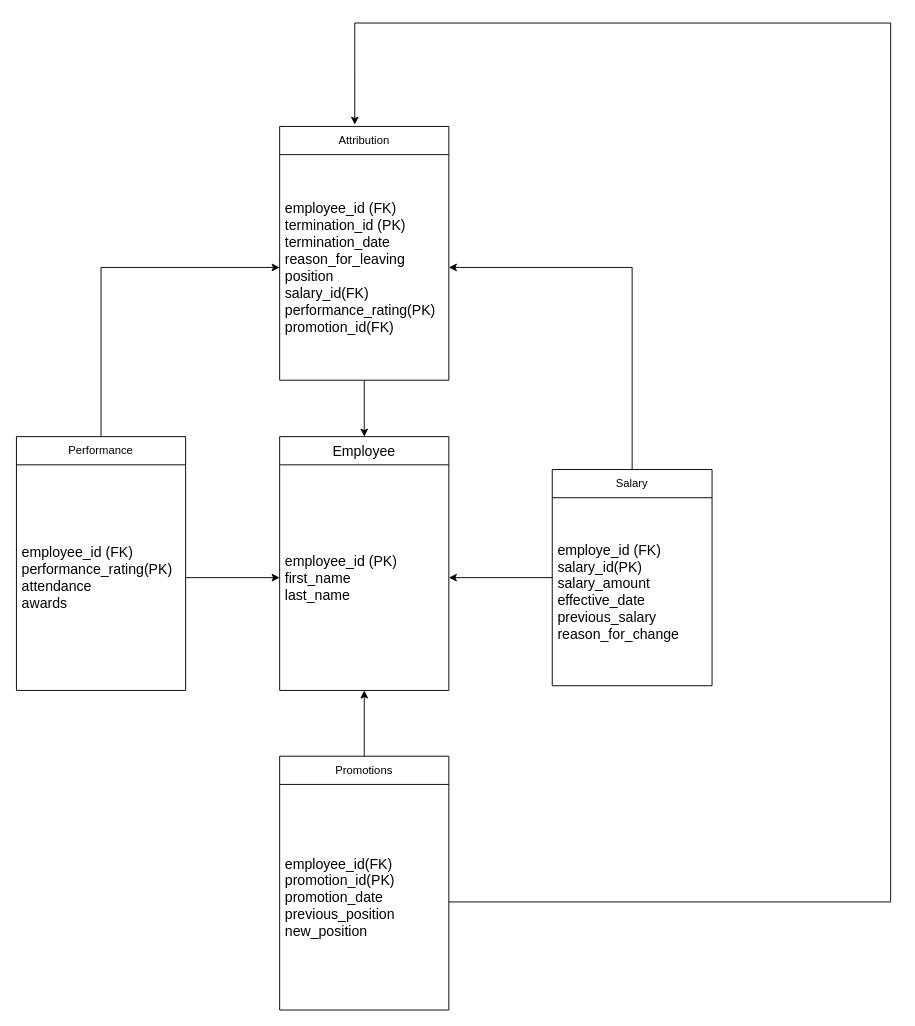
Before: data_modelling.drawio in x2ffer0512/todo_app, a draw.io diagram. Source tidied: cells renumbered, new cells numbered last; positions are measured from the earlier drawing's top-left corner, leaving out a move shared by most shapes. Both pictures are drawn from the tidied source at 94%, with x=0, y=0 at pixel (16, 23).
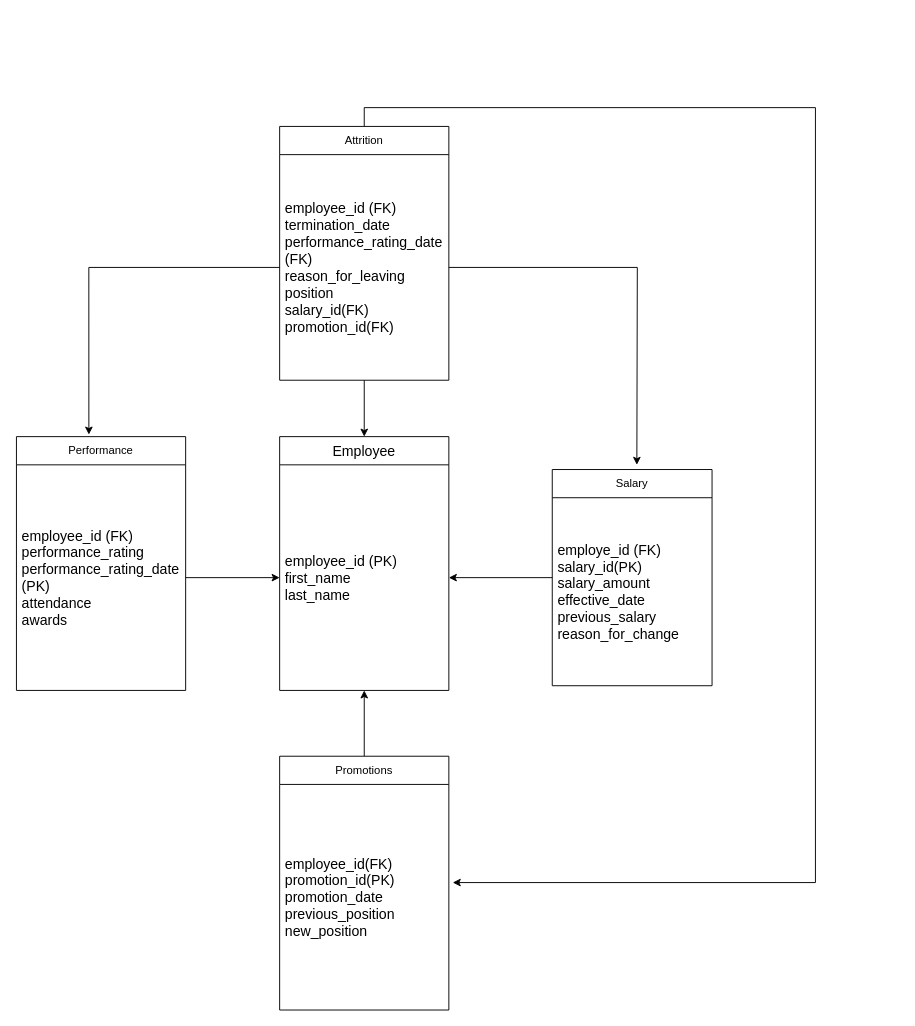
The same page after the edit.

The change refers to these unchanged cells:
```xml
<mxCell id="6" value="Salary" style="swimlane;fontStyle=0;horizontal=1;startSize=30;whiteSpace=wrap;html=1;" parent="1" vertex="1">
  <mxGeometry x="570" y="475" width="170" height="230" as="geometry" />
</mxCell>
<mxCell id="9" value="Performance" style="swimlane;fontStyle=0;horizontal=1;startSize=30;whiteSpace=wrap;html=1;" parent="1" vertex="1">
  <mxGeometry y="440" width="180" height="270" as="geometry" />
</mxCell>
<mxCell id="16" value="Promotions" style="swimlane;fontStyle=0;horizontal=1;startSize=30;whiteSpace=wrap;html=1;" parent="1" vertex="1">
  <mxGeometry x="280" y="780" width="180" height="270" as="geometry" />
</mxCell>
<mxCell id="17" value="&lt;div style=&quot;font-size: 15px;&quot;&gt;&lt;font style=&quot;font-size: 15px;&quot;&gt;employee_id(FK)&lt;/font&gt;&lt;/div&gt;&lt;div style=&quot;font-size: 15px;&quot;&gt;&lt;font style=&quot;font-size: 15px;&quot;&gt;promotion_id(PK)&lt;/font&gt;&lt;/div&gt;&lt;div style=&quot;font-size: 15px;&quot;&gt;&lt;font style=&quot;font-size: 15px;&quot;&gt;promotion_date&lt;/font&gt;&lt;/div&gt;&lt;div style=&quot;font-size: 15px;&quot;&gt;&lt;font style=&quot;font-size: 15px;&quot;&gt;previous_position&lt;/font&gt;&lt;/div&gt;&lt;div style=&quot;font-size: 15px;&quot;&gt;&lt;font style=&quot;font-size: 15px;&quot;&gt;new_position&lt;br&gt;&lt;/font&gt;&lt;/div&gt;" style="text;strokeColor=none;fillColor=none;align=left;verticalAlign=middle;spacingLeft=4;spacingRight=4;overflow=hidden;points=[[0,0.5],[1,0.5]];portConstraint=eastwest;whiteSpace=wrap;html=1;" parent="16" vertex="1">
  <mxGeometry y="30" width="180" height="240" as="geometry" />
</mxCell>
```

Diff of the diagram source:
```diff
@@
-    <mxCell id="5" style="edgeStyle=orthogonalEdgeStyle;rounded=0;jettySize=auto;html=1;entryX=1;entryY=0.5;entryDx=0;entryDy=0;" parent="1" edge="1" source="6" target="13">
-      <mxGeometry relative="1" as="geometry" />
-    </mxCell>
@@
-    <mxCell id="8" style="edgeStyle=orthogonalEdgeStyle;rounded=0;jettySize=auto;html=1;entryX=0;entryY=0.5;entryDx=0;entryDy=0;" parent="1" edge="1" source="9" target="13">
-      <mxGeometry relative="1" as="geometry" />
-    </mxCell>
@@
-    <mxCell id="10" value="&lt;div style=&quot;font-size: 15px;&quot;&gt;&lt;font style=&quot;font-size: 15px;&quot;&gt;employee_id (FK)&lt;/font&gt;&lt;/div&gt;&lt;div style=&quot;font-size: 15px;&quot;&gt;&lt;font style=&quot;font-size: 15px;&quot;&gt;performance_rating(PK)&lt;/font&gt;&lt;/div&gt;&lt;div style=&quot;font-size: 15px;&quot;&gt;&lt;font style=&quot;font-size: 15px;&quot;&gt;attendance&lt;/font&gt;&lt;/div&gt;&lt;div style=&quot;font-size: 15px;&quot;&gt;&lt;font style=&quot;font-size: 15px;&quot;&gt;awards&lt;/font&gt;&lt;br&gt;&lt;/div&gt;" style="text;strokeColor=none;fillColor=none;align=left;verticalAlign=middle;spacingLeft=4;spacingRight=4;overflow=hidden;points=[[0,0.5],[1,0.5]];portConstraint=eastwest;whiteSpace=wrap;html=1;" parent="9" vertex="1">
+    <mxCell id="10" value="&lt;div style=&quot;font-size: 15px;&quot;&gt;&lt;font style=&quot;font-size: 15px;&quot;&gt;employee_id (FK)&lt;/font&gt;&lt;/div&gt;&lt;div style=&quot;font-size: 15px;&quot;&gt;&lt;font style=&quot;font-size: 15px;&quot;&gt;performance_rating&lt;/font&gt;&lt;/div&gt;&lt;div style=&quot;font-size: 15px;&quot;&gt;&lt;font style=&quot;font-size: 15px;&quot;&gt;performance_rating_date (PK)&lt;br&gt;&lt;/font&gt;&lt;/div&gt;&lt;div style=&quot;font-size: 15px;&quot;&gt;&lt;font style=&quot;font-size: 15px;&quot;&gt;attendance&lt;/font&gt;&lt;/div&gt;&lt;div style=&quot;font-size: 15px;&quot;&gt;&lt;font style=&quot;font-size: 15px;&quot;&gt;awards&lt;/font&gt;&lt;br&gt;&lt;/div&gt;" style="text;strokeColor=none;fillColor=none;align=left;verticalAlign=middle;spacingLeft=4;spacingRight=4;overflow=hidden;points=[[0,0.5],[1,0.5]];portConstraint=eastwest;whiteSpace=wrap;html=1;" parent="9" vertex="1">
       <mxGeometry y="30" width="180" height="240" as="geometry" />
     </mxCell>
@@
+    <mxCell id="19" style="edgeStyle=orthogonalEdgeStyle;rounded=0;jettySize=auto;html=1;entryX=1.023;entryY=0.435;entryDx=0;entryDy=0;entryPerimeter=0;exitX=0.5;exitY=0;exitDx=0;exitDy=0;" parent="1" edge="1" source="12" target="17">
+      <mxGeometry relative="1" as="geometry">
+        <Array as="points">
+          <mxPoint x="370" y="90" />
+          <mxPoint x="850" y="90" />
+          <mxPoint x="850" y="914" />
+        </Array>
+      </mxGeometry>
+    </mxCell>
-    <mxCell id="12" value="Attribution" style="swimlane;fontStyle=0;horizontal=1;startSize=30;whiteSpace=wrap;html=1;" parent="1" vertex="1">
+    <mxCell id="12" value="Attrition" style="swimlane;fontStyle=0;horizontal=1;startSize=30;whiteSpace=wrap;html=1;" parent="1" vertex="1">
       <mxGeometry x="280" y="110" width="180" height="270" as="geometry" />
     </mxCell>
+    <mxCell id="20" style="edgeStyle=orthogonalEdgeStyle;rounded=0;jettySize=auto;html=1;" parent="12" edge="1" source="13">
+      <mxGeometry relative="1" as="geometry">
+        <mxPoint x="380" y="360" as="targetPoint" />
+      </mxGeometry>
+    </mxCell>
-    <mxCell id="13" value="&lt;div style=&quot;font-size: 15px;&quot;&gt;&lt;font style=&quot;font-size: 15px;&quot;&gt;employee_id (FK)&lt;/font&gt;&lt;/div&gt;&lt;div style=&quot;font-size: 15px;&quot;&gt;&lt;font style=&quot;font-size: 15px;&quot;&gt;termination_id (PK)&lt;br&gt;&lt;/font&gt;&lt;/div&gt;&lt;div style=&quot;font-size: 15px;&quot;&gt;&lt;font style=&quot;font-size: 15px;&quot;&gt;termination_date&lt;/font&gt;&lt;/div&gt;&lt;div style=&quot;font-size: 15px;&quot;&gt;&lt;font style=&quot;font-size: 15px;&quot;&gt;reason_for_leaving&lt;br&gt;&lt;/font&gt;&lt;/div&gt;&lt;div style=&quot;font-size: 15px;&quot;&gt;position&lt;/div&gt;&lt;div style=&quot;font-size: 15px;&quot;&gt;salary_id(FK)&lt;/div&gt;&lt;div style=&quot;font-size: 15px;&quot;&gt;performance_rating(PK)&lt;/div&gt;&lt;div style=&quot;font-size: 15px;&quot;&gt;promotion_id(FK)&lt;br&gt;&lt;/div&gt;" style="text;strokeColor=none;fillColor=none;align=left;verticalAlign=middle;spacingLeft=4;spacingRight=4;overflow=hidden;points=[[0,0.5],[1,0.5]];portConstraint=eastwest;whiteSpace=wrap;html=1;" parent="12" vertex="1">
+    <mxCell id="13" value="&lt;div style=&quot;font-size: 15px;&quot;&gt;&lt;font style=&quot;font-size: 15px;&quot;&gt;employee_id (FK)&lt;/font&gt;&lt;/div&gt;&lt;div style=&quot;font-size: 15px;&quot;&gt;&lt;font style=&quot;font-size: 15px;&quot;&gt;termination_date&lt;/font&gt;&lt;/div&gt;&lt;div style=&quot;font-size: 15px;&quot;&gt;&lt;font style=&quot;font-size: 15px;&quot;&gt;performance_rating_date (FK)&lt;/font&gt;&lt;/div&gt;&lt;div style=&quot;font-size: 15px;&quot;&gt;&lt;font style=&quot;font-size: 15px;&quot;&gt;reason_for_leaving&lt;br&gt;&lt;/font&gt;&lt;/div&gt;&lt;div style=&quot;font-size: 15px;&quot;&gt;position&lt;/div&gt;&lt;div style=&quot;font-size: 15px;&quot;&gt;salary_id(FK)&lt;/div&gt;&lt;div style=&quot;font-size: 15px;&quot;&gt;promotion_id(FK)&lt;br&gt;&lt;/div&gt;" style="text;strokeColor=none;fillColor=none;align=left;verticalAlign=middle;spacingLeft=4;spacingRight=4;overflow=hidden;points=[[0,0.5],[1,0.5]];portConstraint=eastwest;whiteSpace=wrap;html=1;" parent="12" vertex="1">
       <mxGeometry y="30" width="180" height="240" as="geometry" />
     </mxCell>
@@
-    <mxCell id="18" style="edgeStyle=orthogonalEdgeStyle;rounded=0;jettySize=auto;html=1;entryX=0.444;entryY=-0.007;entryDx=0;entryDy=0;entryPerimeter=0;" parent="1" edge="1" source="16" target="12">
-      <mxGeometry relative="1" as="geometry">
-        <Array as="points">
-          <mxPoint x="930" y="935" />
-          <mxPoint x="930" />
-          <mxPoint x="360" />
-        </Array>
-      </mxGeometry>
-    </mxCell>
+    <mxCell id="21" style="edgeStyle=orthogonalEdgeStyle;rounded=0;jettySize=auto;html=1;entryX=0.428;entryY=-0.008;entryDx=0;entryDy=0;entryPerimeter=0;" parent="1" edge="1" source="13" target="9">
+      <mxGeometry relative="1" as="geometry" />
+    </mxCell>
```
